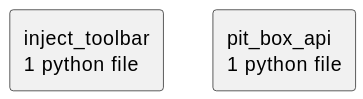
casonk/pit-box keeps this PlantUML diagram as docs/diagrams/python-packages.puml.svg. Above is the earlier version. Source of this version:
```plantuml
@startuml
set namespaceSeparator none
top to bottom direction
skinparam componentStyle rectangle
rectangle "inject_toolbar\n1 python file" as inject_toolbar
rectangle "pit_box_api\n1 python file" as pit_box_api
@enduml
```
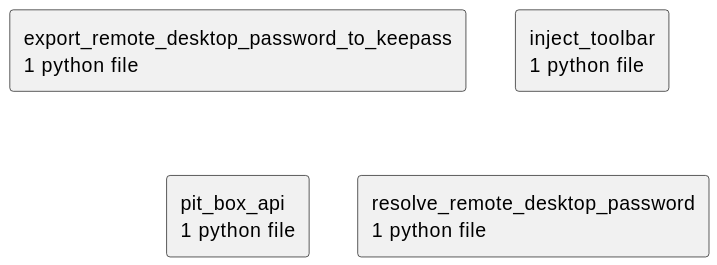
The same diagram one commit later.

Change to the diagram source:
```diff
@@ -2,6 +2,8 @@
 set namespaceSeparator none
 top to bottom direction
 skinparam componentStyle rectangle
+rectangle "export_remote_desktop_password_to_keepass\n1 python file" as export_remote_desktop_password_to_keepass
 rectangle "inject_toolbar\n1 python file" as inject_toolbar
 rectangle "pit_box_api\n1 python file" as pit_box_api
+rectangle "resolve_remote_desktop_password\n1 python file" as resolve_remote_desktop_password
 @enduml
```
